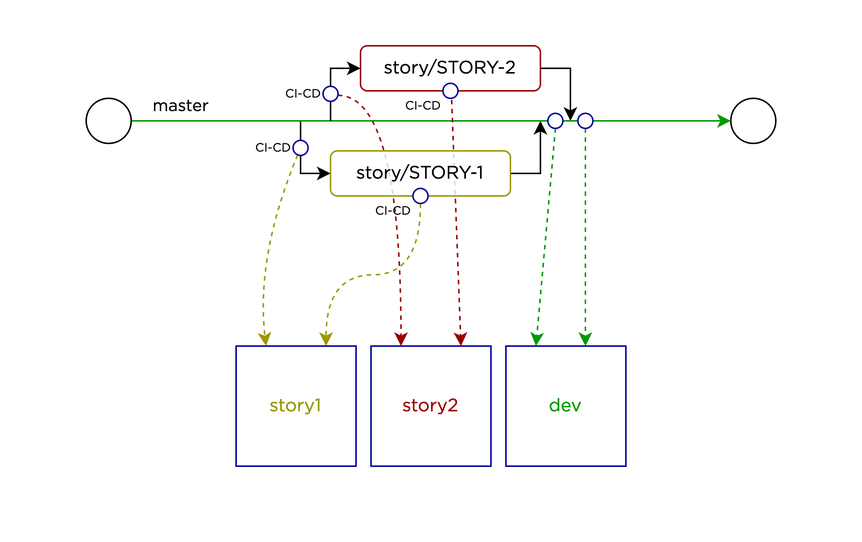
fearistoff/tn-conf-presentation keeps this draw.io diagram as src/assets/images/automatic.drawio.png. Above is the earlier version. Source tidied: cells renumbered, new cells last; positions are measured from the earlier drawing's top-left corner, leaving out a move shared by most shapes. Its diagram source:
```xml
<mxGraphModel>
  <root>
    <mxCell id="0" />
    <mxCell id="1" parent="0" />
    <mxCell id="2" style="rounded=0;whiteSpace=wrap;html=1;strokeColor=none;fontFamily=Gotham;fontSource=https%3A%2F%2Ftages.ru%2F_nuxt%2Ffonts%2FGotham-Book.6f0fc4e.ttf;gradientColor=none;" parent="1" vertex="1">
      <mxGeometry width="574" height="360" as="geometry" />
    </mxCell>
    <mxCell id="3" style="edgeStyle=orthogonalEdgeStyle;jettySize=auto;html=1;endArrow=none;endFill=0;startArrow=classic;startFill=1;rounded=0;fontFamily=Gotham;fontSource=https%3A%2F%2Ftages.ru%2F_nuxt%2Ffonts%2FGotham-Book.6f0fc4e.ttf;" parent="1" edge="1" source="21">
      <mxGeometry relative="1" as="geometry">
        <mxPoint x="200" y="80" as="targetPoint" />
        <Array as="points">
          <mxPoint x="200" y="115" />
        </Array>
      </mxGeometry>
    </mxCell>
    <mxCell id="4" style="edgeStyle=orthogonalEdgeStyle;rounded=0;jettySize=auto;html=1;fontFamily=Gotham;fontSource=https%3A%2F%2Ftages.ru%2F_nuxt%2Ffonts%2FGotham-Book.6f0fc4e.ttf;" parent="1" edge="1" source="21">
      <mxGeometry relative="1" as="geometry">
        <mxPoint x="360" y="80" as="targetPoint" />
        <Array as="points">
          <mxPoint x="360" y="115" />
        </Array>
      </mxGeometry>
    </mxCell>
    <mxCell id="5" style="edgeStyle=orthogonalEdgeStyle;jettySize=auto;html=1;entryX=0.75;entryY=0;entryDx=0;entryDy=0;curved=1;dashed=1;strokeColor=#999900;exitX=0.5;exitY=1;exitDx=0;exitDy=0;fontFamily=Gotham;fontSource=https%3A%2F%2Ftages.ru%2F_nuxt%2Ffonts%2FGotham-Book.6f0fc4e.ttf;" parent="1" edge="1" source="24" target="18">
      <mxGeometry relative="1" as="geometry" />
    </mxCell>
    <mxCell id="6" style="ellipse;whiteSpace=wrap;html=1;fontFamily=Gotham;fontSource=https%3A%2F%2Ftages.ru%2F_nuxt%2Ffonts%2FGotham-Book.6f0fc4e.ttf;" parent="1" vertex="1">
      <mxGeometry x="487" y="65" width="30" height="30" as="geometry" />
    </mxCell>
    <mxCell id="7" style="edgeStyle=orthogonalEdgeStyle;rounded=0;jettySize=auto;html=1;entryX=0;entryY=0.5;entryDx=0;entryDy=0;fontFamily=Gotham;fontSource=https%3A%2F%2Ftages.ru%2F_nuxt%2Ffonts%2FGotham-Book.6f0fc4e.ttf;strokeColor=#009900;" parent="1" edge="1" source="9" target="6">
      <mxGeometry relative="1" as="geometry" />
    </mxCell>
    <mxCell id="8" value="master" style="edgeLabel;html=1;align=center;verticalAlign=middle;fontFamily=Gotham;fontSource=https%3A%2F%2Ftages.ru%2F_nuxt%2Ffonts%2FGotham-Book.6f0fc4e.ttf;" parent="7" vertex="1">
      <mxGeometry x="0.14" y="-1" relative="1" as="geometry">
        <mxPoint x="-196" y="-11" as="offset" />
      </mxGeometry>
    </mxCell>
    <mxCell id="9" style="ellipse;whiteSpace=wrap;html=1;fontFamily=Gotham;fontSource=https%3A%2F%2Ftages.ru%2F_nuxt%2Ffonts%2FGotham-Book.6f0fc4e.ttf;" parent="1" vertex="1">
      <mxGeometry x="57" y="65" width="30" height="30" as="geometry" />
    </mxCell>
    <mxCell id="10" style="rounded=0;jettySize=auto;html=1;entryX=0.75;entryY=0;entryDx=0;entryDy=0;dashed=1;strokeColor=#990000;fontFamily=Gotham;fontSource=https%3A%2F%2Ftages.ru%2F_nuxt%2Ffonts%2FGotham-Book.6f0fc4e.ttf;" parent="1" edge="1" source="11" target="17">
      <mxGeometry relative="1" as="geometry" />
    </mxCell>
    <mxCell id="11" value="story/STORY-2" style="rounded=1;whiteSpace=wrap;html=1;fillColor=default;verticalAlign=middle;fontFamily=Gotham;fontSource=https%3A%2F%2Ftages.ru%2F_nuxt%2Ffonts%2FGotham-Book.6f0fc4e.ttf;strokeColor=#990000;" parent="1" vertex="1">
      <mxGeometry x="240" y="30" width="120" height="30" as="geometry" />
    </mxCell>
    <mxCell id="12" style="edgeStyle=orthogonalEdgeStyle;rounded=0;orthogonalLoop=1;jettySize=auto;html=1;endArrow=none;endFill=0;startArrow=classic;startFill=1;fontFamily=Gotham;fontSource=https%3A%2F%2Ftages.ru%2F_nuxt%2Ffonts%2FGotham-Book.6f0fc4e.ttf;" parent="1" edge="1">
      <mxGeometry relative="1" as="geometry">
        <mxPoint x="240" y="45" as="sourcePoint" />
        <mxPoint x="220" y="80" as="targetPoint" />
        <Array as="points">
          <mxPoint x="220" y="45" />
        </Array>
      </mxGeometry>
    </mxCell>
    <mxCell id="13" style="edgeStyle=orthogonalEdgeStyle;rounded=0;orthogonalLoop=1;jettySize=auto;html=1;fontFamily=Gotham;fontSource=https%3A%2F%2Ftages.ru%2F_nuxt%2Ffonts%2FGotham-Book.6f0fc4e.ttf;" parent="1" edge="1">
      <mxGeometry relative="1" as="geometry">
        <mxPoint x="360" y="45" as="sourcePoint" />
        <mxPoint x="380" y="80" as="targetPoint" />
        <Array as="points">
          <mxPoint x="380" y="45" />
        </Array>
      </mxGeometry>
    </mxCell>
    <mxCell id="14" style="jettySize=auto;html=1;entryX=0.25;entryY=0;entryDx=0;entryDy=0;exitX=0.501;exitY=0.993;exitDx=0;exitDy=0;exitPerimeter=0;dashed=1;fontFamily=Gotham;fontSource=https%3A%2F%2Ftages.ru%2F_nuxt%2Ffonts%2FGotham-Book.6f0fc4e.ttf;rounded=0;strokeColor=#009900;" parent="1" edge="1" target="16">
      <mxGeometry relative="1" as="geometry">
        <mxPoint x="370" y="84.9" as="sourcePoint" />
      </mxGeometry>
    </mxCell>
    <mxCell id="15" style="jettySize=auto;html=1;elbow=vertical;edgeStyle=orthogonalEdgeStyle;curved=1;dashed=1;fontFamily=Gotham;fontSource=https%3A%2F%2Ftages.ru%2F_nuxt%2Ffonts%2FGotham-Book.6f0fc4e.ttf;strokeColor=#009900;" parent="1" edge="1" target="16">
      <mxGeometry relative="1" as="geometry">
        <mxPoint x="390" y="85" as="sourcePoint" />
        <Array as="points">
          <mxPoint x="390" y="270" />
        </Array>
      </mxGeometry>
    </mxCell>
    <mxCell id="16" value="dev" style="whiteSpace=wrap;html=1;fontFamily=Gotham;fontSource=https%3A%2F%2Ftages.ru%2F_nuxt%2Ffonts%2FGotham-Book.6f0fc4e.ttf;strokeColor=#000099;fontColor=#009900;" parent="1" vertex="1">
      <mxGeometry x="337" y="230" width="80" height="80" as="geometry" />
    </mxCell>
    <mxCell id="17" value="story2" style="whiteSpace=wrap;html=1;fontFamily=Gotham;fontSource=https%3A%2F%2Ftages.ru%2F_nuxt%2Ffonts%2FGotham-Book.6f0fc4e.ttf;strokeColor=#000099;fontColor=#990000;" parent="1" vertex="1">
      <mxGeometry x="247" y="230" width="80" height="80" as="geometry" />
    </mxCell>
    <mxCell id="18" value="story1" style="whiteSpace=wrap;html=1;fontFamily=Gotham;fontSource=https%3A%2F%2Ftages.ru%2F_nuxt%2Ffonts%2FGotham-Book.6f0fc4e.ttf;strokeColor=#000099;fontColor=#999900;" parent="1" vertex="1">
      <mxGeometry x="157" y="230" width="80" height="80" as="geometry" />
    </mxCell>
    <mxCell id="19" style="jettySize=auto;html=1;dashed=1;curved=1;entryX=0.25;entryY=0;entryDx=0;entryDy=0;strokeColor=#999900;fontFamily=Gotham;fontSource=https%3A%2F%2Ftages.ru%2F_nuxt%2Ffonts%2FGotham-Book.6f0fc4e.ttf;" parent="1" edge="1" source="22" target="18">
      <mxGeometry relative="1" as="geometry">
        <Array as="points">
          <mxPoint x="170" y="170" />
        </Array>
      </mxGeometry>
    </mxCell>
    <mxCell id="20" style="edgeStyle=orthogonalEdgeStyle;jettySize=auto;html=1;dashed=1;entryX=0.25;entryY=0;entryDx=0;entryDy=0;curved=1;strokeColor=#990000;fontFamily=Gotham;fontSource=https%3A%2F%2Ftages.ru%2F_nuxt%2Ffonts%2FGotham-Book.6f0fc4e.ttf;" parent="1" edge="1" source="23" target="17">
      <mxGeometry relative="1" as="geometry">
        <Array as="points">
          <mxPoint x="267" y="63" />
        </Array>
      </mxGeometry>
    </mxCell>
    <mxCell id="21" value="story/STORY-1" style="rounded=1;whiteSpace=wrap;html=1;fillColor=#ffffffd0;verticalAlign=middle;fontFamily=Gotham;fontSource=https%3A%2F%2Ftages.ru%2F_nuxt%2Ffonts%2FGotham-Book.6f0fc4e.ttf;strokeColor=#999900;" parent="1" vertex="1">
      <mxGeometry x="220" y="100" width="120" height="30" as="geometry" />
    </mxCell>
    <mxCell id="22" value="CI-CD" style="ellipse;html=1;labelPosition=left;verticalLabelPosition=middle;align=right;verticalAlign=middle;fontSize=8;fontFamily=Gotham;fontSource=https%3A%2F%2Ftages.ru%2F_nuxt%2Ffonts%2FGotham-Book.6f0fc4e.ttf;strokeColor=#000099;" parent="1" vertex="1">
      <mxGeometry x="195" y="93" width="10" height="10" as="geometry" />
    </mxCell>
    <mxCell id="23" value="CI-CD" style="ellipse;html=1;labelPosition=left;verticalLabelPosition=middle;align=right;verticalAlign=middle;fontSize=8;fontFamily=Gotham;fontSource=https%3A%2F%2Ftages.ru%2F_nuxt%2Ffonts%2FGotham-Book.6f0fc4e.ttf;strokeColor=#000099;" parent="1" vertex="1">
      <mxGeometry x="215" y="57" width="10" height="10" as="geometry" />
    </mxCell>
    <mxCell id="24" value="CI-CD" style="ellipse;html=1;labelPosition=left;verticalLabelPosition=bottom;align=right;verticalAlign=middle;fontSize=8;fontFamily=Gotham;fontSource=https%3A%2F%2Ftages.ru%2F_nuxt%2Ffonts%2FGotham-Book.6f0fc4e.ttf;strokeColor=#000099;" parent="1" vertex="1">
      <mxGeometry x="275" y="125" width="10" height="10" as="geometry" />
    </mxCell>
    <mxCell id="25" value="CI-CD" style="ellipse;html=1;labelPosition=left;verticalLabelPosition=bottom;align=right;verticalAlign=middle;fontSize=8;fontFamily=Gotham;fontSource=https%3A%2F%2Ftages.ru%2F_nuxt%2Ffonts%2FGotham-Book.6f0fc4e.ttf;strokeColor=#000099;" parent="1" vertex="1">
      <mxGeometry x="295" y="55" width="10" height="10" as="geometry" />
    </mxCell>
    <mxCell id="26" style="ellipse;html=1;labelPosition=left;verticalLabelPosition=bottom;align=right;verticalAlign=middle;fontSize=8;strokeColor=#000099;" parent="1" vertex="1">
      <mxGeometry x="365" y="75" width="10" height="10" as="geometry" />
    </mxCell>
    <mxCell id="27" style="ellipse;html=1;labelPosition=left;verticalLabelPosition=bottom;align=right;verticalAlign=middle;fontSize=8;strokeColor=#000099;" parent="1" vertex="1">
      <mxGeometry x="385" y="75" width="10" height="10" as="geometry" />
    </mxCell>
  </root>
</mxGraphModel>
```
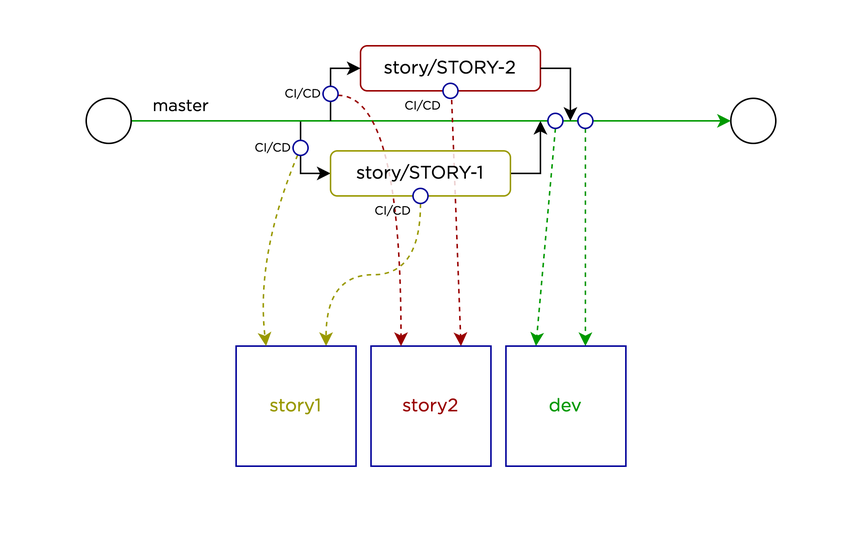
After the commit.

The edit, as a diff of the source:
```diff
@@ -101,16 +101,16 @@
     <mxCell id="21" value="story/STORY-1" style="rounded=1;whiteSpace=wrap;html=1;fillColor=#ffffffd0;verticalAlign=middle;fontFamily=Gotham;fontSource=https%3A%2F%2Ftages.ru%2F_nuxt%2Ffonts%2FGotham-Book.6f0fc4e.ttf;strokeColor=#999900;" parent="1" vertex="1">
       <mxGeometry x="220" y="100" width="120" height="30" as="geometry" />
     </mxCell>
-    <mxCell id="22" value="CI-CD" style="ellipse;html=1;labelPosition=left;verticalLabelPosition=middle;align=right;verticalAlign=middle;fontSize=8;fontFamily=Gotham;fontSource=https%3A%2F%2Ftages.ru%2F_nuxt%2Ffonts%2FGotham-Book.6f0fc4e.ttf;strokeColor=#000099;" parent="1" vertex="1">
+    <mxCell id="22" value="CI/CD" style="ellipse;html=1;labelPosition=left;verticalLabelPosition=middle;align=right;verticalAlign=middle;fontSize=8;fontFamily=Gotham;fontSource=https%3A%2F%2Ftages.ru%2F_nuxt%2Ffonts%2FGotham-Book.6f0fc4e.ttf;strokeColor=#000099;" parent="1" vertex="1">
       <mxGeometry x="195" y="93" width="10" height="10" as="geometry" />
     </mxCell>
-    <mxCell id="23" value="CI-CD" style="ellipse;html=1;labelPosition=left;verticalLabelPosition=middle;align=right;verticalAlign=middle;fontSize=8;fontFamily=Gotham;fontSource=https%3A%2F%2Ftages.ru%2F_nuxt%2Ffonts%2FGotham-Book.6f0fc4e.ttf;strokeColor=#000099;" parent="1" vertex="1">
+    <mxCell id="23" value="CI/CD" style="ellipse;html=1;labelPosition=left;verticalLabelPosition=middle;align=right;verticalAlign=middle;fontSize=8;fontFamily=Gotham;fontSource=https%3A%2F%2Ftages.ru%2F_nuxt%2Ffonts%2FGotham-Book.6f0fc4e.ttf;strokeColor=#000099;" parent="1" vertex="1">
       <mxGeometry x="215" y="57" width="10" height="10" as="geometry" />
     </mxCell>
-    <mxCell id="24" value="CI-CD" style="ellipse;html=1;labelPosition=left;verticalLabelPosition=bottom;align=right;verticalAlign=middle;fontSize=8;fontFamily=Gotham;fontSource=https%3A%2F%2Ftages.ru%2F_nuxt%2Ffonts%2FGotham-Book.6f0fc4e.ttf;strokeColor=#000099;" parent="1" vertex="1">
+    <mxCell id="24" value="CI/CD" style="ellipse;html=1;labelPosition=left;verticalLabelPosition=bottom;align=right;verticalAlign=middle;fontSize=8;fontFamily=Gotham;fontSource=https%3A%2F%2Ftages.ru%2F_nuxt%2Ffonts%2FGotham-Book.6f0fc4e.ttf;strokeColor=#000099;" parent="1" vertex="1">
       <mxGeometry x="275" y="125" width="10" height="10" as="geometry" />
     </mxCell>
-    <mxCell id="25" value="CI-CD" style="ellipse;html=1;labelPosition=left;verticalLabelPosition=bottom;align=right;verticalAlign=middle;fontSize=8;fontFamily=Gotham;fontSource=https%3A%2F%2Ftages.ru%2F_nuxt%2Ffonts%2FGotham-Book.6f0fc4e.ttf;strokeColor=#000099;" parent="1" vertex="1">
+    <mxCell id="25" value="CI/CD" style="ellipse;html=1;labelPosition=left;verticalLabelPosition=bottom;align=right;verticalAlign=middle;fontSize=8;fontFamily=Gotham;fontSource=https%3A%2F%2Ftages.ru%2F_nuxt%2Ffonts%2FGotham-Book.6f0fc4e.ttf;strokeColor=#000099;" parent="1" vertex="1">
       <mxGeometry x="295" y="55" width="10" height="10" as="geometry" />
     </mxCell>
     <mxCell id="26" style="ellipse;html=1;labelPosition=left;verticalLabelPosition=bottom;align=right;verticalAlign=middle;fontSize=8;strokeColor=#000099;" parent="1" vertex="1">
```
